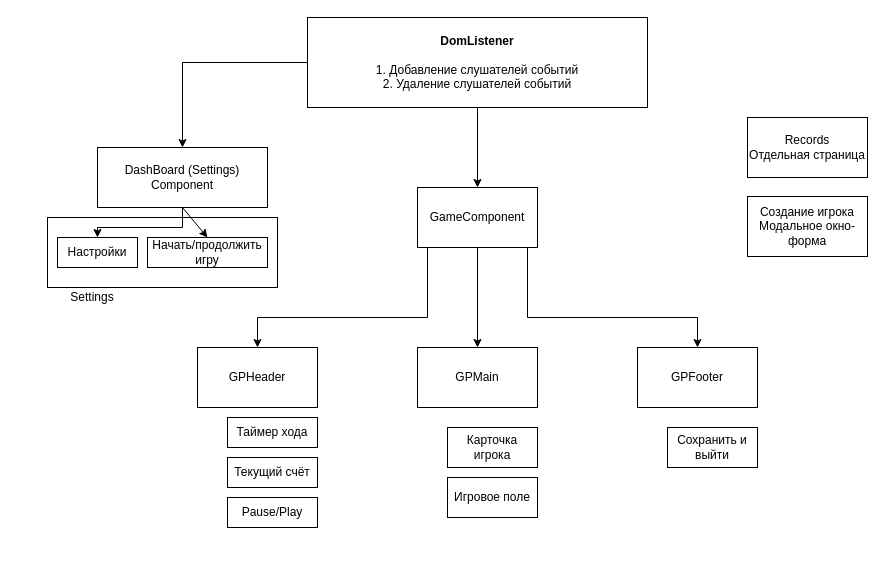
Before: page "Структура классов" (7 of 9) of TictacToe.drawio in OlegRnd/tic-tac-toe, a draw.io diagram. Source tidied: cells renumbered, new cells numbered last; positions are measured from the earlier drawing's top-left corner, leaving out a move shared by most shapes. Both pictures are drawn from the tidied source at 100%, with x=0, y=0 at pixel (47, 17).
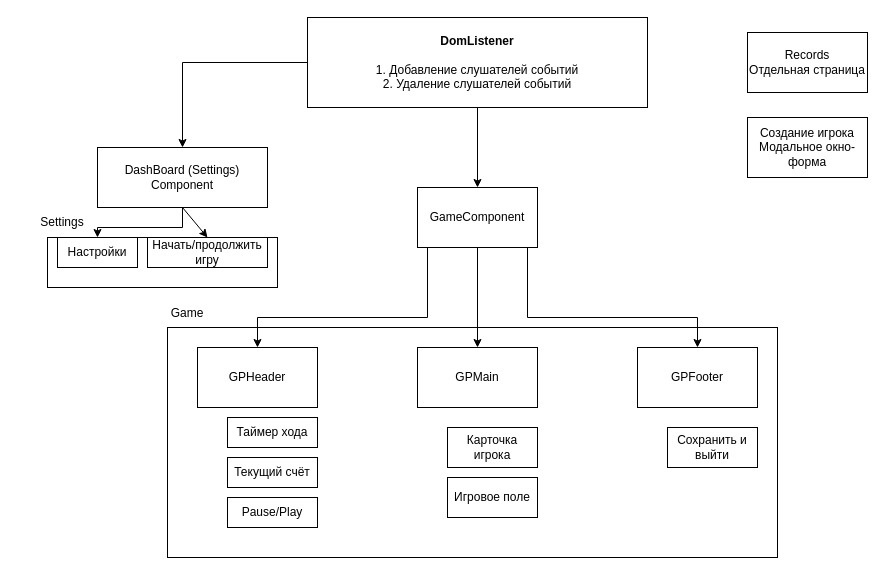
The same page after the edit.

The edit, as a diff of the source:
```diff
@@
     <mxCell id="11" value="Records&lt;br&gt;Отдельная страница" style="rounded=0;whiteSpace=wrap;html=1;" parent="1" vertex="1">
-      <mxGeometry x="700" y="100" width="120" height="60" as="geometry" />
+      <mxGeometry x="700" y="15" width="120" height="60" as="geometry" />
     </mxCell>
     <mxCell id="12" value="Создание игрока&lt;br&gt;Модальное окно-форма" style="rounded=0;whiteSpace=wrap;html=1;" parent="1" vertex="1">
-      <mxGeometry x="700" y="179" width="120" height="60" as="geometry" />
+      <mxGeometry x="700" y="100" width="120" height="60" as="geometry" />
     </mxCell>
@@
     <mxCell id="22" style="rounded=0;whiteSpace=wrap;html=1;fillColor=none;" parent="1" vertex="1">
-      <mxGeometry y="200" width="230" height="70" as="geometry" />
+      <mxGeometry y="220" width="230" height="50" as="geometry" />
     </mxCell>
     <mxCell id="23" value="Settings" style="text;html=1;strokeColor=none;fillColor=none;align=center;verticalAlign=middle;whiteSpace=wrap;rounded=0;" parent="1" vertex="1">
-      <mxGeometry y="270" width="90" height="20" as="geometry" />
+      <mxGeometry x="-30" y="195" width="90" height="20" as="geometry" />
     </mxCell>
@@
+    <mxCell id="27" style="rounded=0;whiteSpace=wrap;html=1;fillColor=none;" parent="1" vertex="1">
+      <mxGeometry x="120" y="310" width="610" height="230" as="geometry" />
+    </mxCell>
+    <mxCell id="28" value="Game" style="text;html=1;strokeColor=none;fillColor=none;align=center;verticalAlign=middle;whiteSpace=wrap;rounded=0;" parent="1" vertex="1">
+      <mxGeometry x="120" y="286" width="40" height="20" as="geometry" />
+    </mxCell>
```
